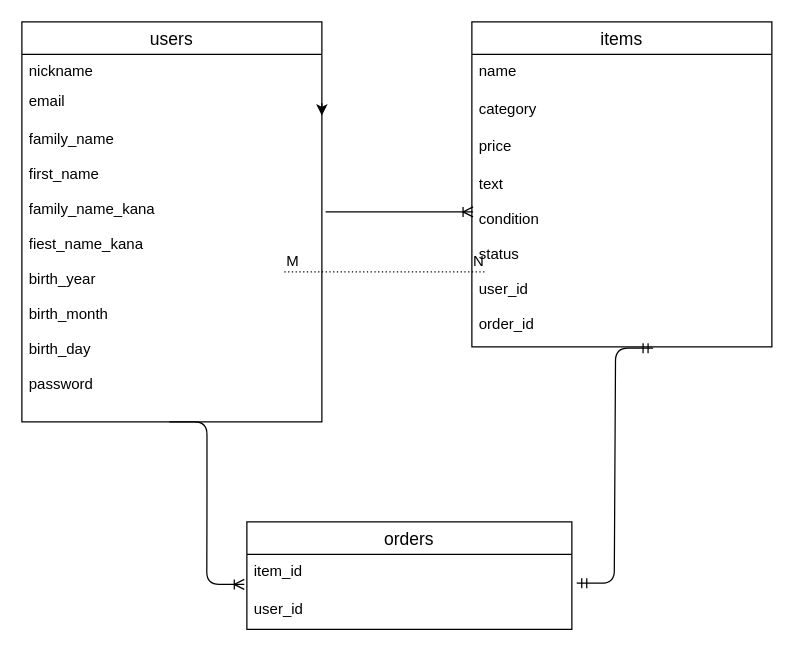
galmba04/furima-35647 keeps this draw.io diagram as Furima.dio. Above is the earlier version. Source tidied: cells renumbered, new cells numbered last; positions are measured from the earlier drawing's top-left corner, leaving out a move shared by most shapes. Both pictures are drawn from the tidied source at 125%, with x=0, y=0 at pixel (21, 21).
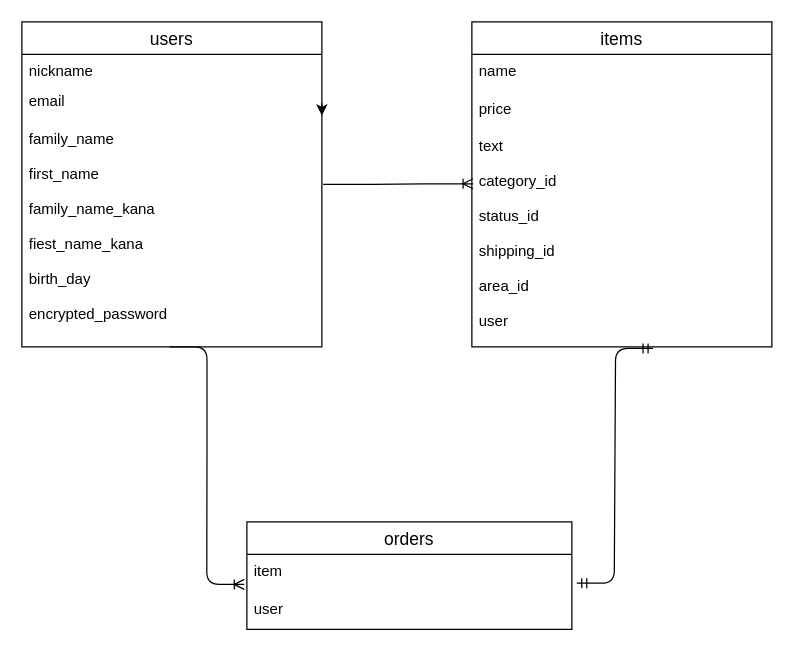
The same page after the edit.

Unchanged cells that the change refers to:
```xml
<mxCell id="6" value="items" style="swimlane;fontStyle=0;horizontal=1;startSize=26;align=center;fontSize=14;" parent="1" vertex="1">
  <mxGeometry x="360" width="240" height="260" as="geometry" />
</mxCell>
<mxCell id="11" value="orders" style="swimlane;fontStyle=0;horizontal=1;startSize=26;align=center;fontSize=14;" parent="1" vertex="1">
  <mxGeometry x="180" y="400" width="260" height="86" as="geometry" />
</mxCell>
```

The edit, as a diff of the source:
```diff
@@
     <mxCell id="2" value="users" style="swimlane;fontStyle=0;horizontal=1;startSize=26;align=center;fontSize=14;" parent="1" vertex="1">
-      <mxGeometry width="240" height="320" as="geometry" />
+      <mxGeometry width="240" height="260" as="geometry" />
     </mxCell>
@@
-    <mxCell id="5" value="family_name&#10;&#10;first_name&#10;&#10;family_name_kana&#10;&#10;fiest_name_kana&#10;&#10;birth_year&#10;&#10;birth_month&#10;&#10;birth_day&#10;&#10;password&#10;&#10;" style="text;strokeColor=none;fillColor=none;spacingLeft=4;spacingRight=4;overflow=hidden;points=[[0,0.5],[1,0.5]];portConstraint=eastwest;fontSize=12;" parent="2" vertex="1">
-      <mxGeometry y="80" width="240" height="240" as="geometry" />
+    <mxCell id="5" value="family_name&#10;&#10;first_name&#10;&#10;family_name_kana&#10;&#10;fiest_name_kana&#10;&#10;birth_day&#10;&#10;encrypted_password&#10;" style="text;strokeColor=none;fillColor=none;spacingLeft=4;spacingRight=4;overflow=hidden;points=[[0,0.5],[1,0.5]];portConstraint=eastwest;fontSize=12;" parent="2" vertex="1">
+      <mxGeometry y="80" width="240" height="180" as="geometry" />
     </mxCell>
@@
-    <mxCell id="8" value="category" style="text;strokeColor=none;fillColor=none;spacingLeft=4;spacingRight=4;overflow=hidden;fontSize=12;" parent="6" vertex="1">
-      <mxGeometry y="56" width="240" height="30" as="geometry" />
-    </mxCell>
     <mxCell id="9" value="price" style="text;strokeColor=none;fillColor=none;spacingLeft=4;spacingRight=4;overflow=hidden;fontSize=12;" parent="6" vertex="1">
-      <mxGeometry y="86" width="240" height="30" as="geometry" />
+      <mxGeometry y="56" width="240" height="30" as="geometry" />
     </mxCell>
-    <mxCell id="10" value="text&#10;&#10;condition&#10;&#10;status&#10;&#10;user_id&#10;&#10;order_id" style="text;strokeColor=none;fillColor=none;spacingLeft=4;spacingRight=4;overflow=hidden;points=[[0,0.5],[1,0.5]];portConstraint=eastwest;fontSize=12;" parent="6" vertex="1">
-      <mxGeometry y="116" width="240" height="144" as="geometry" />
+    <mxCell id="10" value="text&#10;&#10;category_id&#10;&#10;status_id&#10;&#10;shipping_id&#10;&#10;area_id&#10;&#10;user" style="text;strokeColor=none;fillColor=none;spacingLeft=4;spacingRight=4;overflow=hidden;points=[[0,0.5],[1,0.5]];portConstraint=eastwest;fontSize=12;" parent="6" vertex="1">
+      <mxGeometry y="86" width="240" height="174" as="geometry" />
     </mxCell>
@@
-    <mxCell id="12" value="item_id" style="text;strokeColor=none;fillColor=none;spacingLeft=4;spacingRight=4;overflow=hidden;points=[[0,0.5],[1,0.5]];portConstraint=eastwest;fontSize=12;" parent="11" vertex="1">
+    <mxCell id="12" value="item" style="text;strokeColor=none;fillColor=none;spacingLeft=4;spacingRight=4;overflow=hidden;points=[[0,0.5],[1,0.5]];portConstraint=eastwest;fontSize=12;" parent="11" vertex="1">
       <mxGeometry y="26" width="260" height="30" as="geometry" />
     </mxCell>
-    <mxCell id="13" value="user_id" style="text;strokeColor=none;fillColor=none;spacingLeft=4;spacingRight=4;overflow=hidden;fontSize=12;" parent="11" vertex="1">
+    <mxCell id="13" value="user" style="text;strokeColor=none;fillColor=none;spacingLeft=4;spacingRight=4;overflow=hidden;fontSize=12;" parent="11" vertex="1">
       <mxGeometry y="56" width="260" height="30" as="geometry" />
     </mxCell>
@@
-    <mxCell id="15" style="endArrow=none;html=1;rounded=0;dashed=1;dashPattern=1 2;" parent="1" edge="1">
-      <mxGeometry relative="1" as="geometry">
-        <mxPoint x="210" y="200" as="sourcePoint" />
-        <mxPoint x="370" y="200" as="targetPoint" />
-      </mxGeometry>
-    </mxCell>
-    <mxCell id="16" value="M" style="html=1;align=left;verticalAlign=bottom;" parent="15" vertex="1">
-      <mxGeometry x="-1" relative="1" as="geometry" />
-    </mxCell>
-    <mxCell id="17" value="N" style="html=1;align=right;verticalAlign=bottom;" parent="15" vertex="1">
-      <mxGeometry x="1" relative="1" as="geometry" />
-    </mxCell>
     <mxCell id="18" style="edgeStyle=entityRelationEdgeStyle;fontSize=12;html=1;endArrow=ERoneToMany;entryX=0.004;entryY=0.25;entryDx=0;entryDy=0;entryPerimeter=0;" parent="1" edge="1" target="10">
       <mxGeometry relative="1" as="geometry">
-        <mxPoint x="243" y="152" as="sourcePoint" />
+        <mxPoint x="241" y="130" as="sourcePoint" />
       </mxGeometry>
     </mxCell>
```
